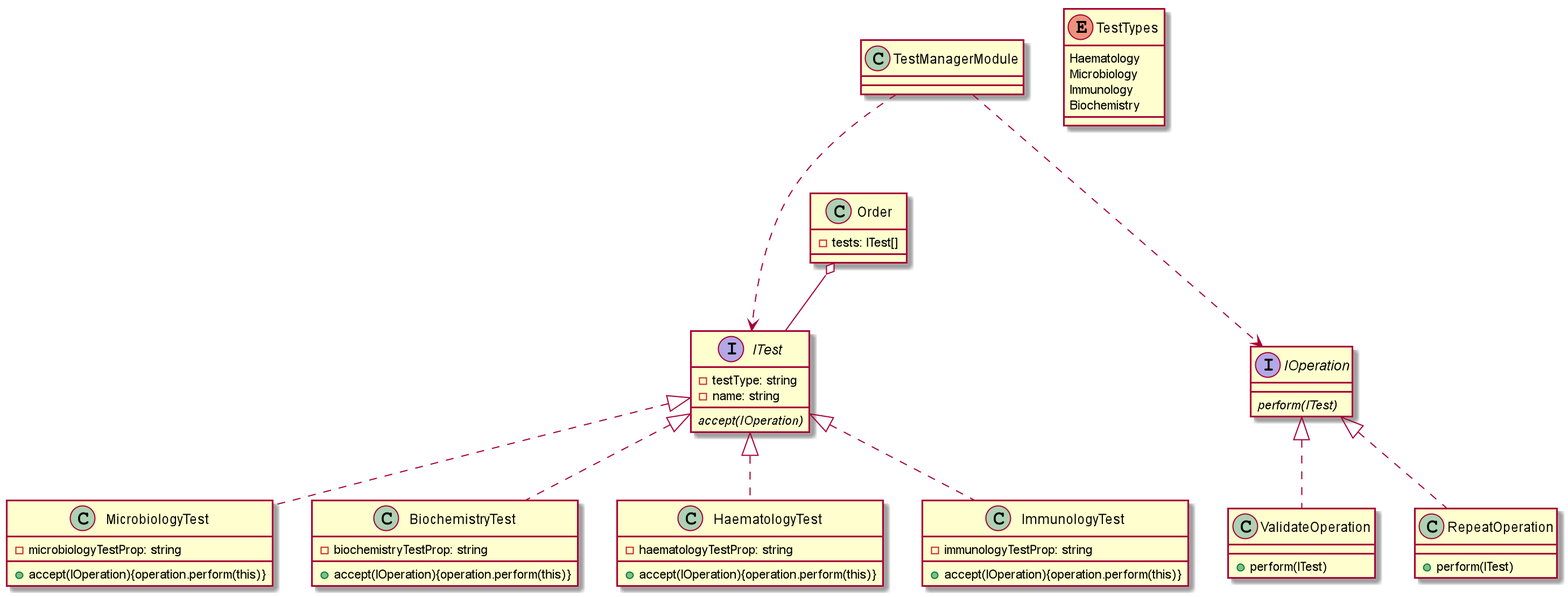
Above: src/shared/assets/Test_Manager_Module.png in jacxon4/TestManagerModuleAssesment (PlantUML), before the change.
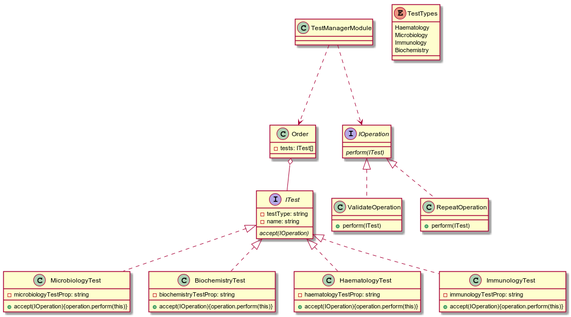
After the commit.

Commit message:
- Update diagram - Change readme to new link

What changed in the source:
```diff
@@ -1,7 +1,7 @@
 @startuml
 
 Interface ITest
-TestManagerModule ...> ITest
+TestManagerModule ...> Order
 TestManagerModule ...> IOperation
 ITest <|.. MicrobiologyTest
 ITest <|.. BiochemistryTest
```
